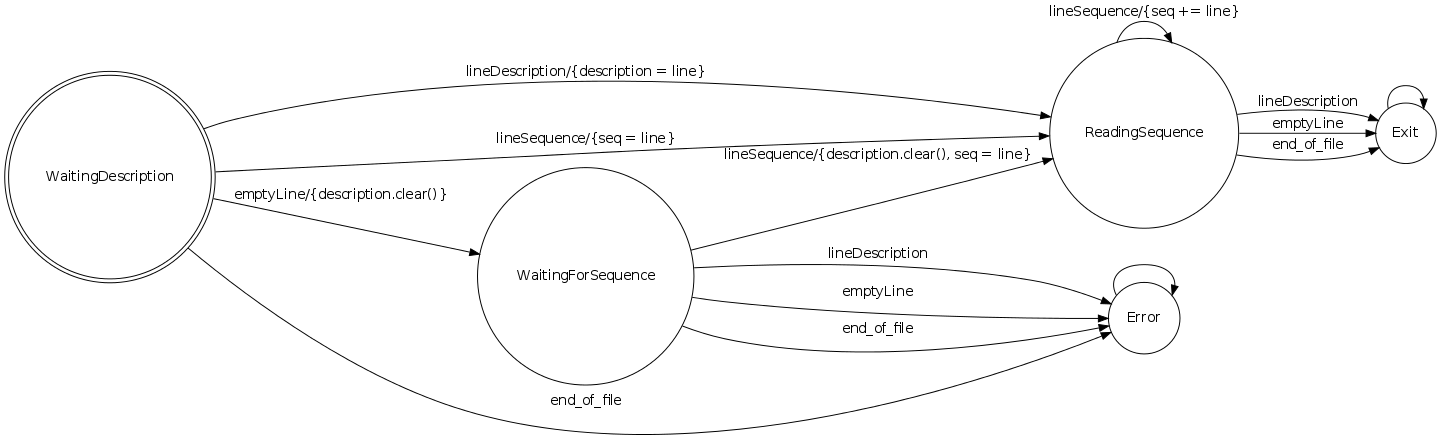
Before: doc/FSM.png, a diagram exported from Graphviz (fmunoz92/biopp-filer). Its source is kept beside it as doc/fsm.gv.
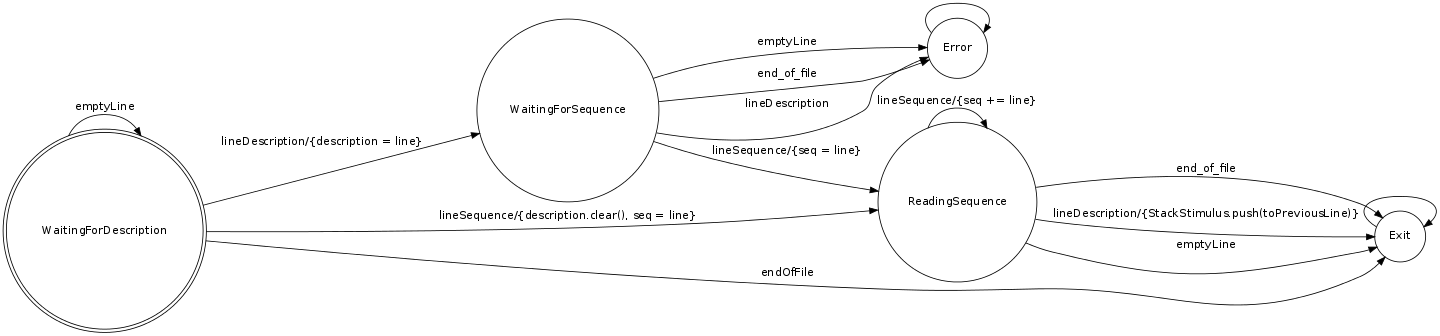
After the change.

Diff of the diagram source:
```diff
@@ -1,15 +1,15 @@
 digraph finite_state_machine {
 	rankdir=LR;
 	size="15"
-	node [shape = doublecircle]; WaitingDescription;
+	node [shape = doublecircle]; WaitingForDescription;
 	node [shape = circle];
 
-    WaitingDescription -> WaitingForSequence [ label = "emptyLine/{description.clear()}" ];
-	WaitingDescription -> ReadingSequence    [ label = "lineDescription/{description = line}" ];
-	WaitingDescription -> ReadingSequence    [ label = "lineSequence/{seq = line}" ];
-	WaitingDescription -> Error              [ label = "end_of_file" ];
+    WaitingForDescription -> WaitingForDescription [ label = "emptyLine" ];
+	WaitingForDescription -> WaitingForSequence [ label = "lineDescription/{description = line}" ];
+	WaitingForDescription -> ReadingSequence    [ label = "lineSequence/{description.clear(), seq = line}" ];
+	WaitingForDescription -> Exit               [ label = "endOfFile" ];
 
-	WaitingForSequence -> ReadingSequence    [ label = "lineSequence/{description.clear(), seq = line}" ];
+	WaitingForSequence -> ReadingSequence    [ label = "lineSequence/{seq = line}" ];
 	WaitingForSequence -> Error              [ label = "lineDescription" ];
 	WaitingForSequence -> Error              [ label = "emptyLine" ];
 	WaitingForSequence -> Error              [ label = "end_of_file" ];
@@ -17,7 +17,7 @@
 	ReadingSequence    -> Exit               [ label = "emptyLine" ];
 	ReadingSequence    -> Exit               [ label = "end_of_file" ];
 	ReadingSequence    -> ReadingSequence    [ label = "lineSequence/{seq += line}" ];
-    ReadingSequence    -> Exit               [ label = "lineDescription" ];
+    ReadingSequence    -> Exit               [ label = "lineDescription/{StackStimulus.push(toPreviousLine)}" ];
 
 
     Error-> Error [label = ""]
```
